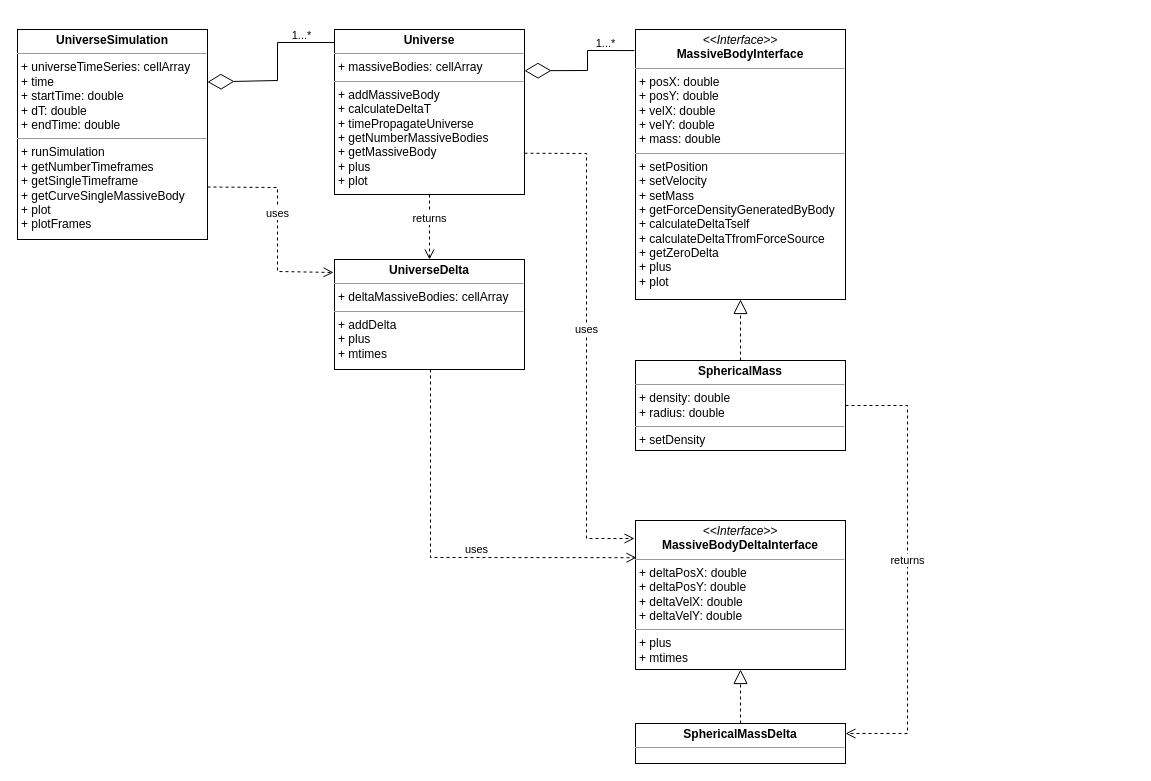
Earlier version of the draw.io diagram docs/UMLclassDiagram.drawio (leahcim-design/astroDynamics). Source tidied: cells renumbered, new cells numbered last; positions are measured from the earlier drawing's top-left corner, leaving out a move shared by most shapes. Both pictures are drawn from the tidied source at 100%, with x=0, y=0 at pixel (17, 29).
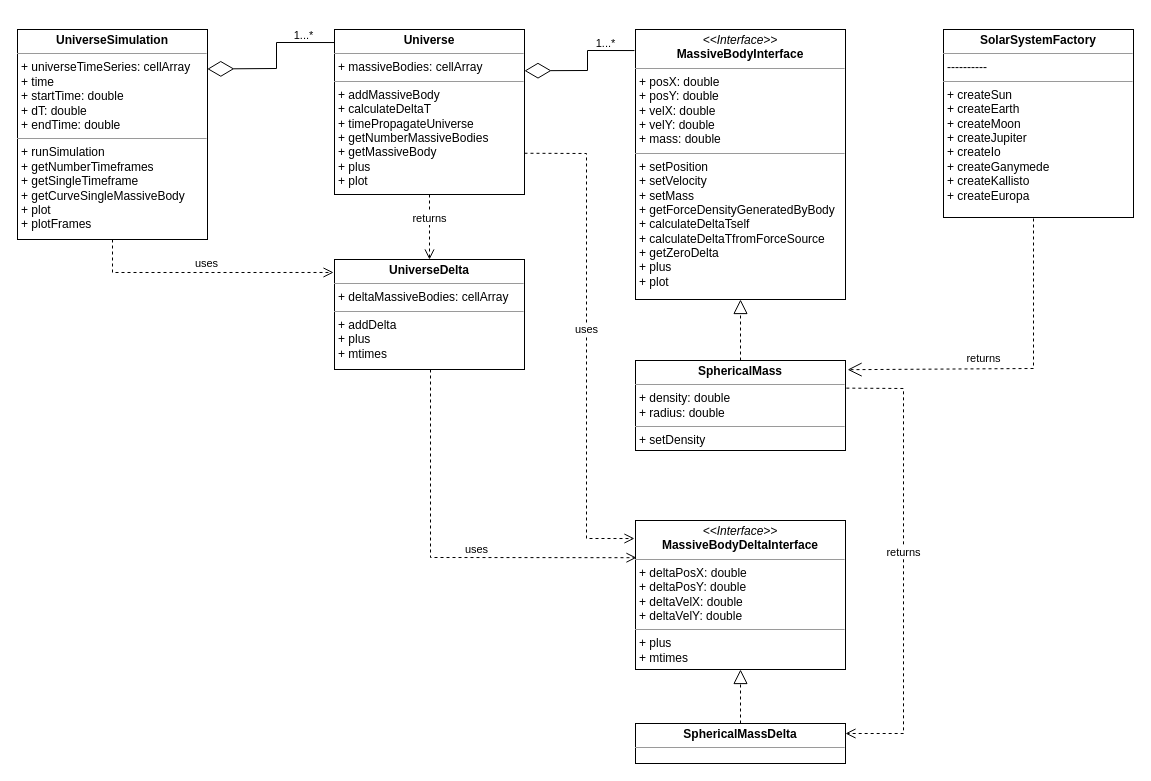
The same diagram, later.

Unchanged cells that the change refers to:
```xml
<mxCell id="3" value="&lt;p style=&quot;margin:0px;margin-top:4px;text-align:center;&quot;&gt;&lt;b&gt;SphericalMass&lt;/b&gt;&lt;/p&gt;&lt;hr size=&quot;1&quot;&gt;&lt;p style=&quot;margin:0px;margin-left:4px;&quot;&gt;+ density: double&lt;br&gt;+ radius: double&lt;/p&gt;&lt;hr size=&quot;1&quot;&gt;&lt;p style=&quot;margin:0px;margin-left:4px;&quot;&gt;+ setDensity&lt;/p&gt;" style="verticalAlign=top;align=left;overflow=fill;fontSize=12;fontFamily=Helvetica;html=1;rounded=0;shadow=0;comic=0;labelBackgroundColor=none;strokeWidth=1;" parent="1" vertex="1">
  <mxGeometry x="618" y="331" width="210" height="90" as="geometry" />
</mxCell>
<mxCell id="5" value="&lt;p style=&quot;margin:0px;margin-top:4px;text-align:center;&quot;&gt;&lt;b&gt;SphericalMassDelta&lt;/b&gt;&lt;/p&gt;&lt;hr size=&quot;1&quot;&gt;&lt;p style=&quot;margin:0px;margin-left:4px;&quot;&gt;&lt;br&gt;&lt;/p&gt;" style="verticalAlign=top;align=left;overflow=fill;fontSize=12;fontFamily=Helvetica;html=1;rounded=0;shadow=0;comic=0;labelBackgroundColor=none;strokeWidth=1;" parent="1" vertex="1">
  <mxGeometry x="618" y="694" width="210" height="40" as="geometry" />
</mxCell>
<mxCell id="6" value="&lt;p style=&quot;margin:0px;margin-top:4px;text-align:center;&quot;&gt;&lt;b&gt;Universe&lt;/b&gt;&lt;/p&gt;&lt;hr size=&quot;1&quot;&gt;&lt;p style=&quot;margin:0px;margin-left:4px;&quot;&gt;+ massiveBodies: cellArray&lt;/p&gt;&lt;hr size=&quot;1&quot;&gt;&lt;p style=&quot;margin:0px;margin-left:4px;&quot;&gt;+ addMassiveBody&lt;/p&gt;&lt;p style=&quot;margin:0px;margin-left:4px;&quot;&gt;+ calculateDeltaT&lt;/p&gt;&lt;p style=&quot;margin:0px;margin-left:4px;&quot;&gt;+ timePropagateUniverse&lt;/p&gt;&lt;p style=&quot;margin:0px;margin-left:4px;&quot;&gt;+ getNumberMassiveBodies&lt;/p&gt;&lt;p style=&quot;margin:0px;margin-left:4px;&quot;&gt;+ getMassiveBody&lt;/p&gt;&lt;p style=&quot;margin:0px;margin-left:4px;&quot;&gt;+ plus&lt;/p&gt;&lt;p style=&quot;margin:0px;margin-left:4px;&quot;&gt;+ plot&lt;/p&gt;" style="verticalAlign=top;align=left;overflow=fill;fontSize=12;fontFamily=Helvetica;html=1;rounded=0;shadow=0;comic=0;labelBackgroundColor=none;strokeWidth=1;" parent="1" vertex="1">
  <mxGeometry x="317" width="190" height="165" as="geometry" />
</mxCell>
<mxCell id="7" value="&lt;p style=&quot;margin:0px;margin-top:4px;text-align:center;&quot;&gt;&lt;b&gt;UniverseDelta&lt;/b&gt;&lt;/p&gt;&lt;hr size=&quot;1&quot;&gt;&lt;p style=&quot;margin:0px;margin-left:4px;&quot;&gt;+ deltaMassiveBodies: cellArray&lt;/p&gt;&lt;hr size=&quot;1&quot;&gt;&lt;p style=&quot;margin:0px;margin-left:4px;&quot;&gt;+ addDelta&lt;/p&gt;&lt;p style=&quot;margin:0px;margin-left:4px;&quot;&gt;+ plus&lt;/p&gt;&lt;p style=&quot;margin:0px;margin-left:4px;&quot;&gt;+ mtimes&lt;/p&gt;&lt;p style=&quot;margin:0px;margin-left:4px;&quot;&gt;&lt;br&gt;&lt;/p&gt;" style="verticalAlign=top;align=left;overflow=fill;fontSize=12;fontFamily=Helvetica;html=1;rounded=0;shadow=0;comic=0;labelBackgroundColor=none;strokeWidth=1;" parent="1" vertex="1">
  <mxGeometry x="317" y="230" width="190" height="110" as="geometry" />
</mxCell>
<mxCell id="8" value="&lt;p style=&quot;margin:0px;margin-top:4px;text-align:center;&quot;&gt;&lt;b&gt;UniverseSimulation&lt;/b&gt;&lt;/p&gt;&lt;hr size=&quot;1&quot;&gt;&lt;p style=&quot;margin:0px;margin-left:4px;&quot;&gt;+ universeTimeSeries: cellArray&lt;/p&gt;&lt;p style=&quot;margin:0px;margin-left:4px;&quot;&gt;+ time&lt;/p&gt;&lt;p style=&quot;margin:0px;margin-left:4px;&quot;&gt;+ startTime: double&lt;/p&gt;&lt;p style=&quot;margin:0px;margin-left:4px;&quot;&gt;+ dT: double&lt;/p&gt;&lt;p style=&quot;margin:0px;margin-left:4px;&quot;&gt;+ endTime: double&lt;/p&gt;&lt;hr size=&quot;1&quot;&gt;&lt;p style=&quot;margin:0px;margin-left:4px;&quot;&gt;+ runSimulation&lt;/p&gt;&lt;p style=&quot;margin:0px;margin-left:4px;&quot;&gt;+ getNumberTimeframes&lt;/p&gt;&lt;p style=&quot;margin:0px;margin-left:4px;&quot;&gt;+ getSingleTimeframe&lt;/p&gt;&lt;p style=&quot;margin:0px;margin-left:4px;&quot;&gt;+ getCurveSingleMassiveBody&lt;/p&gt;&lt;p style=&quot;margin:0px;margin-left:4px;&quot;&gt;+ plot&lt;/p&gt;&lt;p style=&quot;margin:0px;margin-left:4px;&quot;&gt;+ plotFrames&lt;/p&gt;" style="verticalAlign=top;align=left;overflow=fill;fontSize=12;fontFamily=Helvetica;html=1;rounded=0;shadow=0;comic=0;labelBackgroundColor=none;strokeWidth=1;" parent="1" vertex="1">
  <mxGeometry width="190" height="210" as="geometry" />
</mxCell>
```

Change to the diagram source:
```diff
@@
-    <mxCell id="14" style="endArrow=diamondThin;endFill=0;endSize=24;html=1;rounded=0;entryX=1;entryY=0.25;entryDx=0;entryDy=0;exitX=0;exitY=0.079;exitDx=0;exitDy=0;exitPerimeter=0;" parent="1" edge="1" source="6" target="8">
+    <mxCell id="14" style="endArrow=diamondThin;endFill=0;endSize=24;html=1;rounded=0;exitX=0;exitY=0.079;exitDx=0;exitDy=0;exitPerimeter=0;entryX=0.999;entryY=0.188;entryDx=0;entryDy=0;entryPerimeter=0;" parent="1" edge="1" source="6" target="8">
       <mxGeometry relative="1" as="geometry">
         <Array as="points">
-          <mxPoint x="260" y="13" />
-          <mxPoint x="260" y="51" />
+          <mxPoint x="259" y="13" />
+          <mxPoint x="259" y="39" />
         </Array>
       </mxGeometry>
     </mxCell>
@@
-    <mxCell id="16" value="uses" style="html=1;verticalAlign=bottom;endArrow=open;dashed=1;endSize=8;curved=0;rounded=0;exitX=1;exitY=0.75;exitDx=0;exitDy=0;entryX=-0.005;entryY=0.118;entryDx=0;entryDy=0;entryPerimeter=0;" parent="1" edge="1" source="8" target="7">
+    <mxCell id="16" value="uses" style="html=1;verticalAlign=bottom;endArrow=open;dashed=1;endSize=8;curved=0;rounded=0;exitX=0.5;exitY=1;exitDx=0;exitDy=0;entryX=-0.005;entryY=0.118;entryDx=0;entryDy=0;entryPerimeter=0;" parent="1" edge="1" source="8" target="7">
       <mxGeometry relative="1" as="geometry">
         <Array as="points">
-          <mxPoint x="260" y="158" />
-          <mxPoint x="260" y="242" />
+          <mxPoint x="95" y="243" />
         </Array>
       </mxGeometry>
     </mxCell>
-    <mxCell id="17" value="returns" style="html=1;verticalAlign=bottom;endArrow=open;dashed=1;endSize=8;curved=0;rounded=0;exitX=1;exitY=0.5;exitDx=0;exitDy=0;entryX=1;entryY=0.25;entryDx=0;entryDy=0;" parent="1" edge="1" source="3" target="5">
+    <mxCell id="17" value="returns" style="html=1;verticalAlign=bottom;endArrow=open;dashed=1;endSize=8;curved=0;rounded=0;exitX=1.004;exitY=0.307;exitDx=0;exitDy=0;entryX=1;entryY=0.25;entryDx=0;entryDy=0;exitPerimeter=0;" parent="1" edge="1" source="3" target="5">
       <mxGeometry relative="1" as="geometry">
         <Array as="points">
-          <mxPoint x="890" y="376" />
-          <mxPoint x="890" y="704" />
+          <mxPoint x="886" y="359" />
+          <mxPoint x="886" y="704" />
         </Array>
       </mxGeometry>
     </mxCell>
@@
+    <mxCell id="20" value="&lt;p style=&quot;margin:0px;margin-top:4px;text-align:center;&quot;&gt;&lt;b&gt;SolarSystemFactory&lt;/b&gt;&lt;/p&gt;&lt;hr size=&quot;1&quot;&gt;&lt;p style=&quot;margin:0px;margin-left:4px;&quot;&gt;----------&lt;/p&gt;&lt;hr size=&quot;1&quot;&gt;&lt;p style=&quot;margin:0px;margin-left:4px;&quot;&gt;+ createSun&lt;/p&gt;&lt;p style=&quot;margin:0px;margin-left:4px;&quot;&gt;+ createEarth&lt;/p&gt;&lt;p style=&quot;margin:0px;margin-left:4px;&quot;&gt;+ createMoon&lt;/p&gt;&lt;p style=&quot;margin:0px;margin-left:4px;&quot;&gt;+ createJupiter&lt;/p&gt;&lt;p style=&quot;margin:0px;margin-left:4px;&quot;&gt;+ createIo&lt;/p&gt;&lt;p style=&quot;margin:0px;margin-left:4px;&quot;&gt;+ createGanymede&lt;/p&gt;&lt;p style=&quot;margin:0px;margin-left:4px;&quot;&gt;+ createKallisto&lt;/p&gt;&lt;p style=&quot;margin:0px;margin-left:4px;&quot;&gt;+ createEuropa&lt;/p&gt;" style="verticalAlign=top;align=left;overflow=fill;fontSize=12;fontFamily=Helvetica;html=1;rounded=0;shadow=0;comic=0;labelBackgroundColor=none;strokeWidth=1;" parent="1" vertex="1">
+      <mxGeometry x="926" width="190" height="188" as="geometry" />
+    </mxCell>
+    <mxCell id="21" value="returns" style="endArrow=open;endSize=12;dashed=1;html=1;rounded=0;entryX=1.01;entryY=0.102;entryDx=0;entryDy=0;entryPerimeter=0;" parent="1" edge="1" target="3">
+      <mxGeometry x="0.19" y="-10" relative="1" as="geometry">
+        <mxPoint x="1016" y="189" as="sourcePoint" />
+        <Array as="points">
+          <mxPoint x="1016" y="339" />
+        </Array>
+      </mxGeometry>
+    </mxCell>
```
